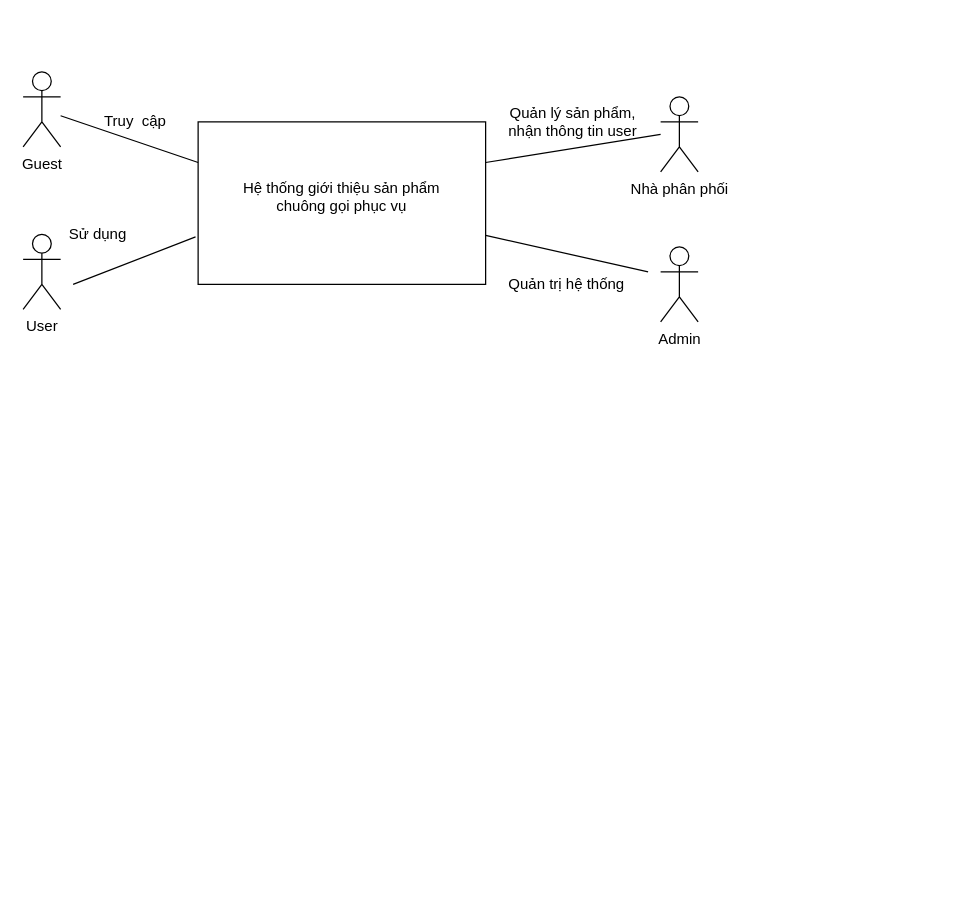
Earlier version of the draw.io diagram overviewDiagram.drawio (hoangminh15/PTTKHT). Source tidied: cells renumbered, new cells numbered last; positions are measured from the earlier drawing's top-left corner, leaving out a move shared by most shapes. Both pictures are drawn from the tidied source at 125%, with x=0, y=0 at pixel (22, 71).
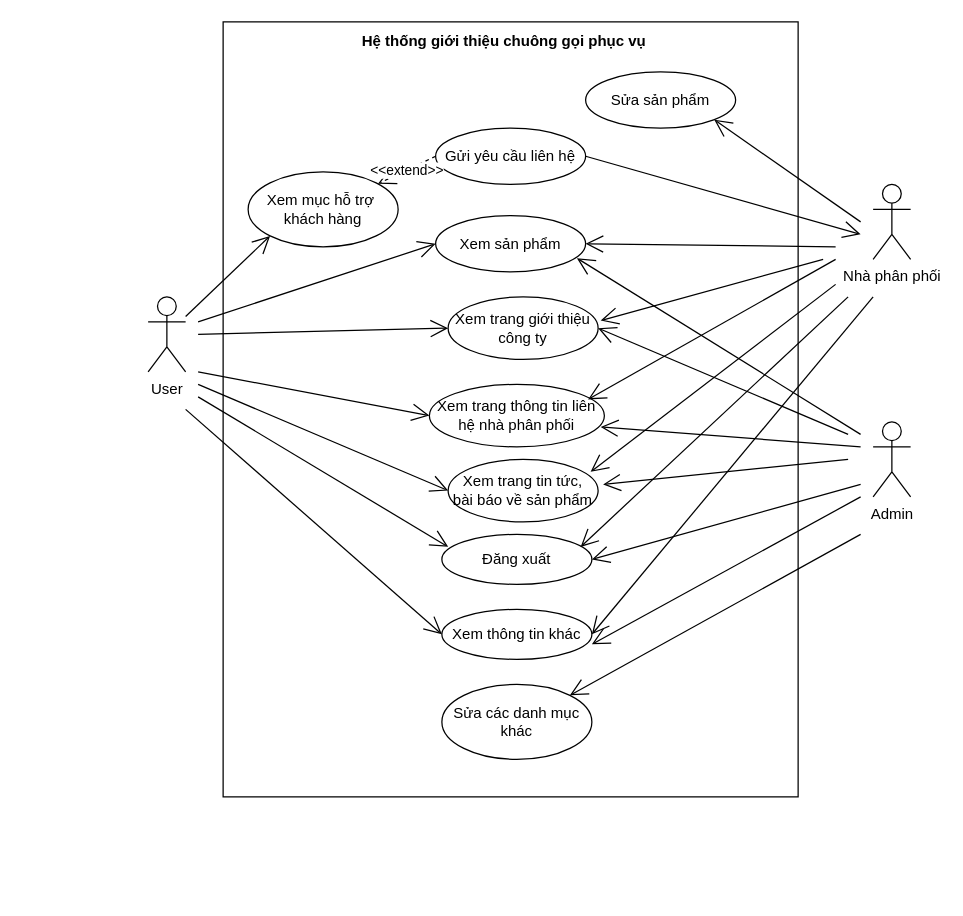
After the change.

The edit, as a diff of the source:
```diff
@@
-    <mxCell id="2" style="rounded=0;whiteSpace=wrap;html=1;" parent="1" vertex="1">
-      <mxGeometry x="140" y="40" width="230" height="130" as="geometry" />
-    </mxCell>
-    <mxCell id="3" value="User" style="shape=umlActor;verticalLabelPosition=bottom;verticalAlign=top;html=1;outlineConnect=0;" parent="1" vertex="1">
-      <mxGeometry y="130" width="30" height="60" as="geometry" />
+    <mxCell id="3" value="User&lt;br&gt;" style="shape=umlActor;verticalLabelPosition=bottom;verticalAlign=top;html=1;outlineConnect=0;" parent="1" vertex="1">
+      <mxGeometry x="100" y="180" width="30" height="60" as="geometry" />
     </mxCell>
-    <mxCell id="4" value="Hệ thống giới thiệu sản phẩm&lt;br&gt;chuông gọi phục vụ" style="text;html=1;strokeColor=none;fillColor=none;align=center;verticalAlign=middle;whiteSpace=wrap;rounded=0;" parent="1" vertex="1">
-      <mxGeometry x="165" y="90" width="180" height="20" as="geometry" />
-    </mxCell>
+    <mxCell id="16" style="rounded=0;whiteSpace=wrap;html=1;" parent="1" vertex="1">
+      <mxGeometry x="160" y="-40" width="460" height="620" as="geometry" />
+    </mxCell>
+    <mxCell id="17" value="Xem trang tin tức, &lt;br&gt;bài báo về sản phẩm" style="ellipse;whiteSpace=wrap;html=1;" parent="1" vertex="1">
+      <mxGeometry x="340" y="310" width="120" height="50" as="geometry" />
+    </mxCell>
+    <mxCell id="18" value="Xem trang thông tin liên hệ nhà phân phối" style="ellipse;whiteSpace=wrap;html=1;" parent="1" vertex="1">
+      <mxGeometry x="325" y="250" width="140" height="50" as="geometry" />
+    </mxCell>
+    <mxCell id="19" value="Gửi yêu cầu liên hệ" style="ellipse;whiteSpace=wrap;html=1;" parent="1" vertex="1">
+      <mxGeometry x="330" y="45" width="120" height="45" as="geometry" />
+    </mxCell>
+    <mxCell id="20" value="Xem mục hỗ trợ&amp;nbsp;&lt;br&gt;khách hàng" style="ellipse;whiteSpace=wrap;html=1;" parent="1" vertex="1">
+      <mxGeometry x="180" y="80" width="120" height="60" as="geometry" />
+    </mxCell>
+    <mxCell id="21" value="Xem thông tin khác" style="ellipse;whiteSpace=wrap;html=1;" parent="1" vertex="1">
+      <mxGeometry x="335" y="430" width="120" height="40" as="geometry" />
+    </mxCell>
+    <mxCell id="22" value="&amp;lt;&amp;lt;extend&amp;gt;&amp;gt;" style="endArrow=open;endSize=12;dashed=1;html=1;exitX=0;exitY=0.5;exitDx=0;exitDy=0;" parent="1" edge="1" source="19" target="20">
+      <mxGeometry relative="1" as="geometry" />
+    </mxCell>
+    <mxCell id="23" style="edgeStyle=orthogonalEdgeStyle;rounded=0;orthogonalLoop=1;jettySize=auto;html=1;exitX=0.5;exitY=1;exitDx=0;exitDy=0;" parent="1" edge="1">
+      <mxGeometry relative="1" as="geometry">
+        <mxPoint x="230" y="640" as="sourcePoint" />
+        <mxPoint x="230" y="640" as="targetPoint" />
+      </mxGeometry>
+    </mxCell>
+    <mxCell id="24" value="Xem trang giới thiệu công ty" style="ellipse;whiteSpace=wrap;html=1;" parent="1" vertex="1">
+      <mxGeometry x="340" y="180" width="120" height="50" as="geometry" />
+    </mxCell>
+    <mxCell id="25" style="endArrow=open;endFill=1;endSize=12;html=1;entryX=0;entryY=0.5;entryDx=0;entryDy=0;" parent="1" edge="1" target="40">
+      <mxGeometry relative="1" as="geometry">
+        <mxPoint x="140" y="200" as="sourcePoint" />
+      </mxGeometry>
+    </mxCell>
+    <mxCell id="26" style="endArrow=open;endFill=1;endSize=12;html=1;entryX=0;entryY=0.5;entryDx=0;entryDy=0;" parent="1" edge="1" target="24">
+      <mxGeometry relative="1" as="geometry">
+        <mxPoint x="140" y="210" as="sourcePoint" />
+      </mxGeometry>
+    </mxCell>
+    <mxCell id="27" style="endArrow=open;endFill=1;endSize=12;html=1;entryX=0;entryY=1;entryDx=0;entryDy=0;" parent="1" edge="1" source="3" target="20">
+      <mxGeometry relative="1" as="geometry" />
+    </mxCell>
+    <mxCell id="28" style="endArrow=open;endFill=1;endSize=12;html=1;entryX=0;entryY=0.5;entryDx=0;entryDy=0;" parent="1" edge="1" target="18">
+      <mxGeometry relative="1" as="geometry">
+        <mxPoint x="140" y="240" as="sourcePoint" />
+      </mxGeometry>
+    </mxCell>
+    <mxCell id="29" style="endArrow=open;endFill=1;endSize=12;html=1;entryX=0;entryY=0.5;entryDx=0;entryDy=0;" parent="1" edge="1" target="17">
+      <mxGeometry relative="1" as="geometry">
+        <mxPoint x="140" y="250" as="sourcePoint" />
+      </mxGeometry>
+    </mxCell>
+    <mxCell id="30" style="endArrow=open;endFill=1;endSize=12;html=1;entryX=0;entryY=0.5;entryDx=0;entryDy=0;" parent="1" edge="1" target="21">
+      <mxGeometry relative="1" as="geometry">
+        <mxPoint x="130" y="270" as="sourcePoint" />
+      </mxGeometry>
+    </mxCell>
-    <mxCell id="5" value="Nhà phân phối" style="shape=umlActor;verticalLabelPosition=bottom;verticalAlign=top;html=1;" parent="1" vertex="1">
-      <mxGeometry x="510" y="20" width="30" height="60" as="geometry" />
+    <mxCell id="5" value="Nhà phân phối&lt;br&gt;" style="shape=umlActor;verticalLabelPosition=bottom;verticalAlign=top;html=1;" parent="1" vertex="1">
+      <mxGeometry x="680" y="90" width="30" height="60" as="geometry" />
     </mxCell>
-    <mxCell id="6" value="Quản lý sản phẩm,&lt;br&gt;nhận thông tin user" style="text;html=1;strokeColor=none;fillColor=none;align=center;verticalAlign=middle;whiteSpace=wrap;rounded=0;" parent="1" vertex="1">
-      <mxGeometry x="385" y="30" width="110" height="20" as="geometry" />
-    </mxCell>
+    <mxCell id="31" value="Đăng xuất" style="ellipse;whiteSpace=wrap;html=1;" parent="1" vertex="1">
+      <mxGeometry x="335" y="370" width="120" height="40" as="geometry" />
+    </mxCell>
-    <mxCell id="7" value="Admin&lt;br&gt;" style="shape=umlActor;verticalLabelPosition=bottom;verticalAlign=top;html=1;" parent="1" vertex="1">
-      <mxGeometry x="510" y="140" width="30" height="60" as="geometry" />
+    <mxCell id="7" value="Admin" style="shape=umlActor;verticalLabelPosition=bottom;verticalAlign=top;html=1;" parent="1" vertex="1">
+      <mxGeometry x="680" y="280" width="30" height="60" as="geometry" />
     </mxCell>
-    <mxCell id="8" style="endArrow=none;html=1;" parent="1" edge="1" source="2">
-      <mxGeometry relative="1" as="geometry">
-        <mxPoint x="500" y="160" as="targetPoint" />
-      </mxGeometry>
-    </mxCell>
-    <mxCell id="9" value="Quản trị hệ thống" style="text;html=1;strokeColor=none;fillColor=none;align=center;verticalAlign=middle;whiteSpace=wrap;rounded=0;" parent="1" vertex="1">
-      <mxGeometry x="385" y="160" width="100" height="20" as="geometry" />
-    </mxCell>
-    <mxCell id="10" style="endArrow=none;html=1;entryX=-0.009;entryY=0.708;entryDx=0;entryDy=0;entryPerimeter=0;" parent="1" edge="1" target="2">
-      <mxGeometry relative="1" as="geometry">
-        <mxPoint x="40" y="170" as="sourcePoint" />
-      </mxGeometry>
-    </mxCell>
-    <mxCell id="11" value="Sử dụng&lt;br&gt;" style="text;html=1;strokeColor=none;fillColor=none;align=center;verticalAlign=middle;whiteSpace=wrap;rounded=0;" parent="1" vertex="1">
-      <mxGeometry x="30" y="120" width="60" height="20" as="geometry" />
-    </mxCell>
-    <mxCell id="12" style="endArrow=none;html=1;exitX=1;exitY=0.25;exitDx=0;exitDy=0;" parent="1" edge="1" source="2">
-      <mxGeometry relative="1" as="geometry">
-        <mxPoint x="510" y="50" as="targetPoint" />
-      </mxGeometry>
-    </mxCell>
-    <mxCell id="13" value="Guest" style="shape=umlActor;verticalLabelPosition=bottom;verticalAlign=top;html=1;outlineConnect=0;" parent="1" vertex="1">
-      <mxGeometry width="30" height="60" as="geometry" />
-    </mxCell>
-    <mxCell id="14" style="endArrow=none;html=1;entryX=0;entryY=0.25;entryDx=0;entryDy=0;" parent="1" edge="1" source="13" target="2">
-      <mxGeometry relative="1" as="geometry" />
-    </mxCell>
-    <mxCell id="15" value="Truy&amp;nbsp; cập" style="text;html=1;strokeColor=none;fillColor=none;align=center;verticalAlign=middle;whiteSpace=wrap;rounded=0;" parent="1" vertex="1">
-      <mxGeometry x="50" y="30" width="80" height="20" as="geometry" />
-    </mxCell>
+    <mxCell id="32" style="edgeStyle=orthogonalEdgeStyle;rounded=0;orthogonalLoop=1;jettySize=auto;html=1;exitX=0.5;exitY=1;exitDx=0;exitDy=0;" parent="1" edge="1">
+      <mxGeometry relative="1" as="geometry">
+        <mxPoint x="230" y="640" as="sourcePoint" />
+        <mxPoint x="230" y="640" as="targetPoint" />
+      </mxGeometry>
+    </mxCell>
+    <mxCell id="33" style="endArrow=open;endFill=1;endSize=12;html=1;entryX=1;entryY=0.5;entryDx=0;entryDy=0;" parent="1" edge="1" target="21">
+      <mxGeometry relative="1" as="geometry">
+        <mxPoint x="680" y="180" as="sourcePoint" />
+      </mxGeometry>
+    </mxCell>
+    <mxCell id="34" style="endArrow=open;endFill=1;endSize=12;html=1;entryX=1;entryY=0.7;entryDx=0;entryDy=0;entryPerimeter=0;" parent="1" edge="1" target="21">
+      <mxGeometry relative="1" as="geometry">
+        <mxPoint x="670" y="340" as="sourcePoint" />
+      </mxGeometry>
+    </mxCell>
+    <mxCell id="35" style="endArrow=open;endFill=1;endSize=12;html=1;entryX=1;entryY=0.5;entryDx=0;entryDy=0;" parent="1" edge="1" target="40">
+      <mxGeometry relative="1" as="geometry">
+        <mxPoint x="650" y="140" as="sourcePoint" />
+      </mxGeometry>
+    </mxCell>
+    <mxCell id="36" style="edgeStyle=orthogonalEdgeStyle;rounded=0;orthogonalLoop=1;jettySize=auto;html=1;exitX=0.5;exitY=1;exitDx=0;exitDy=0;" parent="1" edge="1">
+      <mxGeometry relative="1" as="geometry">
+        <mxPoint x="455" y="650" as="sourcePoint" />
+        <mxPoint x="455" y="650" as="targetPoint" />
+      </mxGeometry>
+    </mxCell>
+    <mxCell id="37" style="endArrow=open;endFill=1;endSize=12;html=1;entryX=1;entryY=0;entryDx=0;entryDy=0;" parent="1" edge="1" target="53">
+      <mxGeometry relative="1" as="geometry">
+        <mxPoint x="670" y="370" as="sourcePoint" />
+      </mxGeometry>
+    </mxCell>
+    <mxCell id="38" value="Hệ thống giới thiệu chuông gọi phục vụ" style="text;align=center;fontStyle=1;verticalAlign=middle;spacingLeft=3;spacingRight=3;strokeColor=none;" parent="1" vertex="1">
+      <mxGeometry x="325" y="-30" width="120" height="10" as="geometry" />
+    </mxCell>
+    <mxCell id="39" style="endArrow=open;endFill=1;endSize=12;html=1;entryX=1;entryY=0.5;entryDx=0;entryDy=0;" parent="1" edge="1" target="31">
+      <mxGeometry relative="1" as="geometry">
+        <mxPoint x="670" y="330" as="sourcePoint" />
+      </mxGeometry>
+    </mxCell>
+    <mxCell id="40" value="Xem sản phẩm" style="ellipse;whiteSpace=wrap;html=1;" parent="1" vertex="1">
+      <mxGeometry x="330" y="115" width="120" height="45" as="geometry" />
+    </mxCell>
+    <mxCell id="41" value="Sửa sản phẩm" style="ellipse;whiteSpace=wrap;html=1;" parent="1" vertex="1">
+      <mxGeometry x="450" width="120" height="45" as="geometry" />
+    </mxCell>
+    <mxCell id="42" style="endArrow=open;endFill=1;endSize=12;html=1;entryX=0.042;entryY=0.25;entryDx=0;entryDy=0;entryPerimeter=0;" parent="1" edge="1" target="31">
+      <mxGeometry relative="1" as="geometry">
+        <mxPoint x="140" y="260" as="sourcePoint" />
+      </mxGeometry>
+    </mxCell>
+    <mxCell id="43" style="endArrow=open;endFill=1;endSize=12;html=1;entryX=0.925;entryY=0.25;entryDx=0;entryDy=0;entryPerimeter=0;" parent="1" edge="1" target="31">
+      <mxGeometry relative="1" as="geometry">
+        <mxPoint x="660" y="180" as="sourcePoint" />
+      </mxGeometry>
+    </mxCell>
+    <mxCell id="44" style="endArrow=open;endFill=1;endSize=12;html=1;entryX=0.979;entryY=0.68;entryDx=0;entryDy=0;entryPerimeter=0;" parent="1" edge="1" target="18">
+      <mxGeometry relative="1" as="geometry">
+        <mxPoint x="670" y="300" as="sourcePoint" />
+      </mxGeometry>
+    </mxCell>
+    <mxCell id="45" style="endArrow=open;endFill=1;endSize=12;html=1;entryX=0.907;entryY=0.24;entryDx=0;entryDy=0;entryPerimeter=0;" parent="1" edge="1" target="18">
+      <mxGeometry relative="1" as="geometry">
+        <mxPoint x="650" y="150" as="sourcePoint" />
+      </mxGeometry>
+    </mxCell>
+    <mxCell id="46" style="endArrow=open;endFill=1;endSize=12;html=1;entryX=0.95;entryY=0.2;entryDx=0;entryDy=0;entryPerimeter=0;" parent="1" edge="1" target="17">
+      <mxGeometry relative="1" as="geometry">
+        <mxPoint x="650" y="170" as="sourcePoint" />
+      </mxGeometry>
+    </mxCell>
+    <mxCell id="47" style="endArrow=open;endFill=1;endSize=12;html=1;entryX=0.95;entryY=0.2;entryDx=0;entryDy=0;entryPerimeter=0;" parent="1" edge="1">
+      <mxGeometry relative="1" as="geometry">
+        <mxPoint x="660" y="310" as="sourcePoint" />
+        <mxPoint x="464" y="330" as="targetPoint" />
+      </mxGeometry>
+    </mxCell>
+    <mxCell id="48" style="endArrow=open;endFill=1;endSize=12;html=1;entryX=1;entryY=0.5;entryDx=0;entryDy=0;" parent="1" edge="1" target="24">
+      <mxGeometry relative="1" as="geometry">
+        <mxPoint x="660" y="290" as="sourcePoint" />
+      </mxGeometry>
+    </mxCell>
+    <mxCell id="49" style="endArrow=open;endFill=1;endSize=12;html=1;entryX=1.017;entryY=0.38;entryDx=0;entryDy=0;entryPerimeter=0;" parent="1" edge="1" target="24">
+      <mxGeometry relative="1" as="geometry">
+        <mxPoint x="640" y="150" as="sourcePoint" />
+      </mxGeometry>
+    </mxCell>
+    <mxCell id="50" style="endArrow=open;endFill=1;endSize=12;html=1;entryX=0.942;entryY=0.756;entryDx=0;entryDy=0;entryPerimeter=0;" parent="1" edge="1" target="40">
+      <mxGeometry relative="1" as="geometry">
+        <mxPoint x="670" y="290" as="sourcePoint" />
+      </mxGeometry>
+    </mxCell>
+    <mxCell id="51" style="endArrow=open;endFill=1;endSize=12;html=1;entryX=1;entryY=1;entryDx=0;entryDy=0;" parent="1" edge="1" target="41">
+      <mxGeometry relative="1" as="geometry">
+        <mxPoint x="670" y="120" as="sourcePoint" />
+      </mxGeometry>
+    </mxCell>
+    <mxCell id="52" style="endArrow=open;endFill=1;endSize=12;html=1;exitX=1;exitY=0.5;exitDx=0;exitDy=0;" parent="1" edge="1" source="19">
+      <mxGeometry relative="1" as="geometry">
+        <mxPoint x="670" y="130" as="targetPoint" />
+      </mxGeometry>
+    </mxCell>
+    <mxCell id="53" value="Sửa các danh mục khác" style="ellipse;whiteSpace=wrap;html=1;" parent="1" vertex="1">
+      <mxGeometry x="335" y="490" width="120" height="60" as="geometry" />
+    </mxCell>
```
